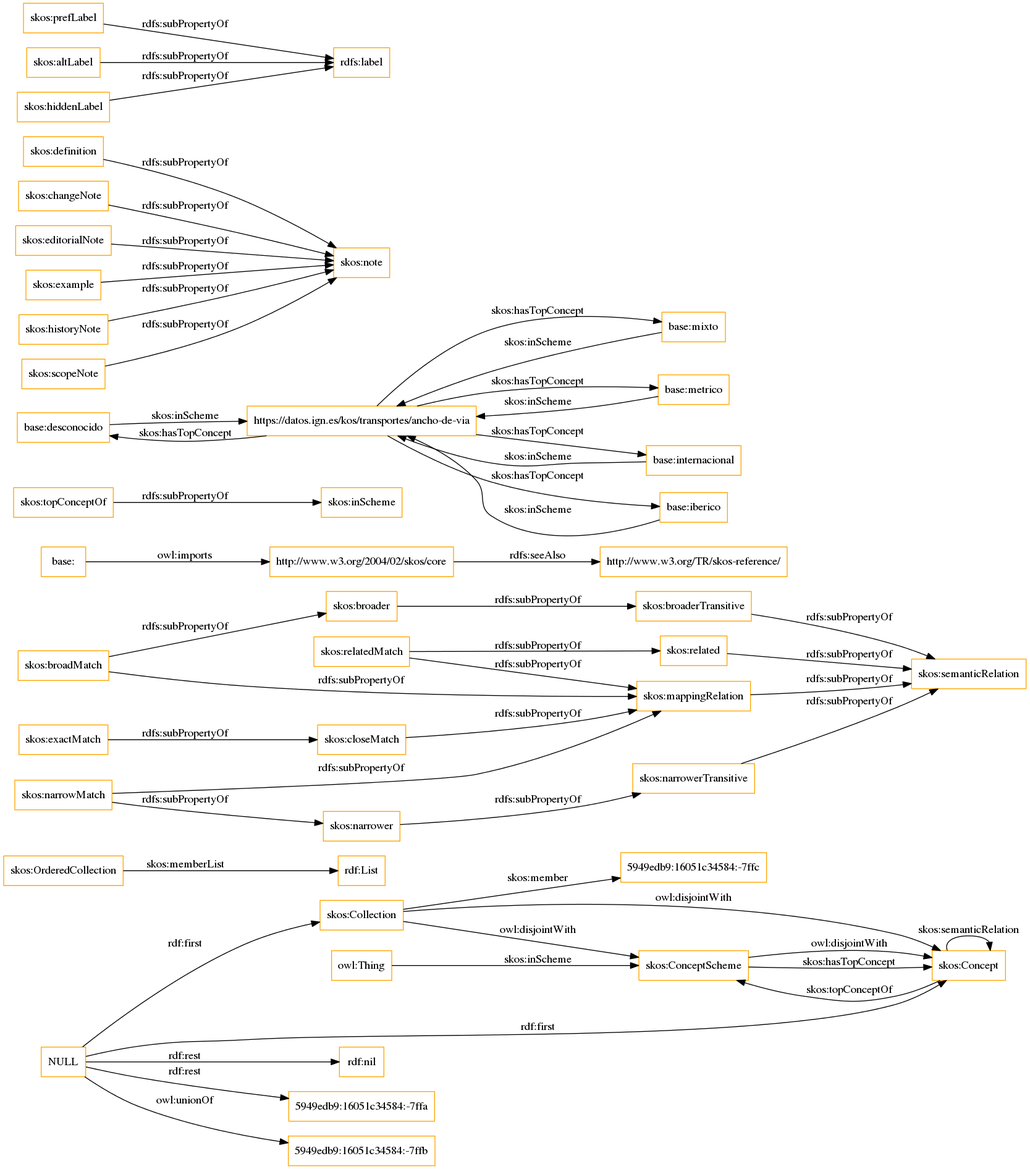
Above: OnToology/thesaurus/ancho-via.owl/diagrams/ar2dtool-class/ancho-via.owl.png in oeg-upm/ontology-BTN100 (Graphviz), before the change. Its source is kept beside it as OnToology/thesaurus/ancho-via.owl/diagrams/ar2dtool-class/ancho-via.owl.png.dot.
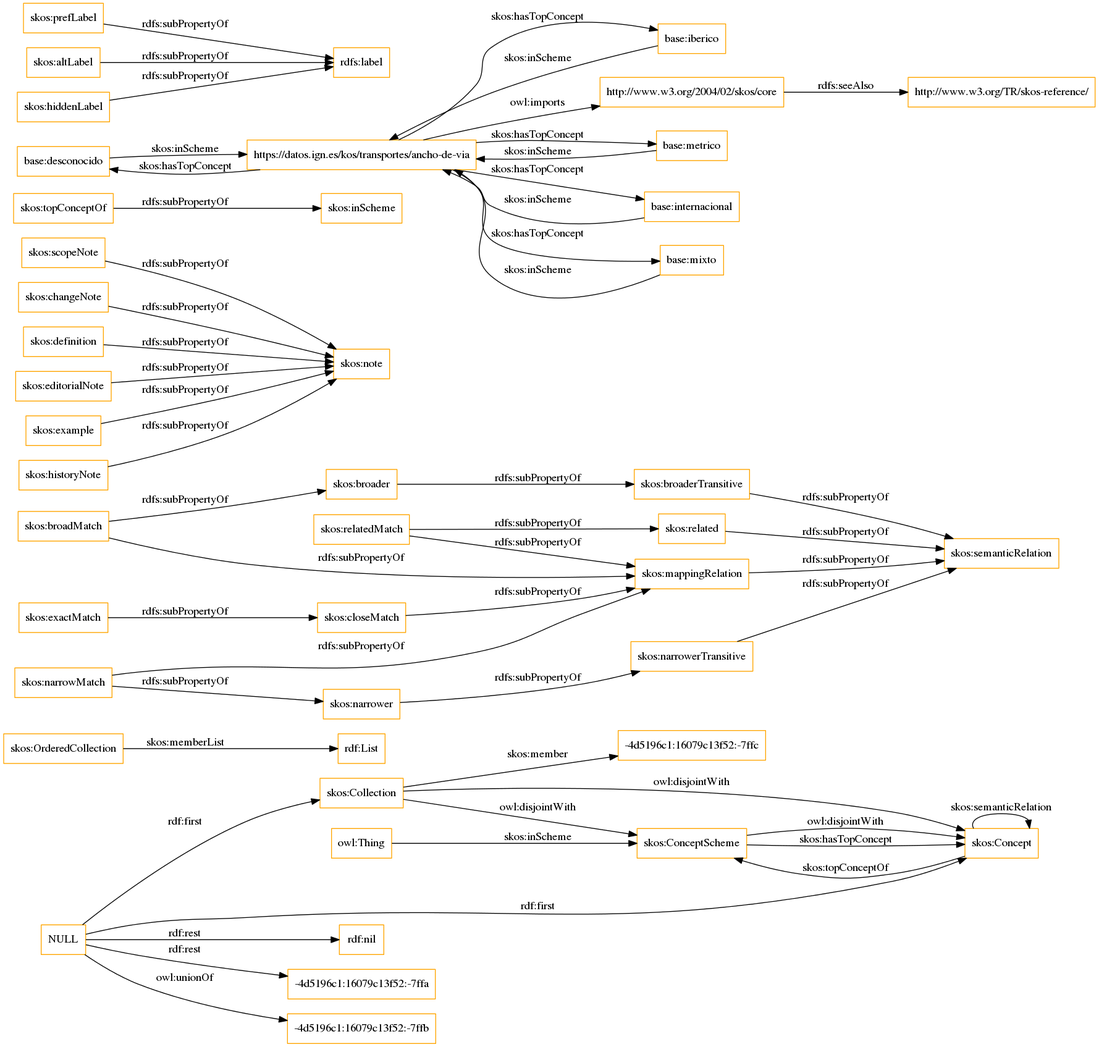
The same diagram one commit later.

Diff of the diagram source:
```diff
@@ -1,30 +1,26 @@
 digraph ar2dtool_diagram {
 rankdir=LR;
 size="1501"
-node [shape = rectangle, color="orange"]; "5949edb9:16051c34584:-7ffc" "skos:OrderedCollection" "skos:Collection" "skos:ConceptScheme" "skos:Concept" ; /*classes style*/
+node [shape = rectangle, color="orange"]; "-4d5196c1:16079c13f52:-7ffc" "skos:OrderedCollection" "skos:Collection" "skos:ConceptScheme" "skos:Concept" ; /*classes style*/
 	"skos:narrowerTransitive" -> "skos:semanticRelation" [ label = "rdfs:subPropertyOf" ];
-	"NULL" -> "rdf:nil" [ label = "rdf:rest" ];
-	"NULL" -> "skos:Collection" [ label = "rdf:first" ];
-	"NULL" -> "5949edb9:16051c34584:-7ffa" [ label = "rdf:rest" ];
-	"NULL" -> "skos:Concept" [ label = "rdf:first" ];
-	"NULL" -> "5949edb9:16051c34584:-7ffb" [ label = "owl:unionOf" ];
+	"skos:scopeNote" -> "skos:note" [ label = "rdfs:subPropertyOf" ];
 	"skos:closeMatch" -> "skos:mappingRelation" [ label = "rdfs:subPropertyOf" ];
-	"base:" -> "http://www.w3.org/2004/02/skos/core" [ label = "owl:imports" ];
-	"skos:topConceptOf" -> "skos:inScheme" [ label = "rdfs:subPropertyOf" ];
+	"skos:ConceptScheme" -> "skos:Concept" [ label = "owl:disjointWith" ];
+	"skos:broadMatch" -> "skos:broader" [ label = "rdfs:subPropertyOf" ];
+	"skos:broadMatch" -> "skos:mappingRelation" [ label = "rdfs:subPropertyOf" ];
 	"skos:relatedMatch" -> "skos:related" [ label = "rdfs:subPropertyOf" ];
 	"skos:relatedMatch" -> "skos:mappingRelation" [ label = "rdfs:subPropertyOf" ];
-	"skos:ConceptScheme" -> "skos:Concept" [ label = "owl:disjointWith" ];
+	"skos:topConceptOf" -> "skos:inScheme" [ label = "rdfs:subPropertyOf" ];
 	"skos:related" -> "skos:semanticRelation" [ label = "rdfs:subPropertyOf" ];
 	"base:desconocido" -> "https://datos.ign.es/kos/transportes/ancho-de-via" [ label = "skos:inScheme" ];
-	"skos:definition" -> "skos:note" [ label = "rdfs:subPropertyOf" ];
-	"https://datos.ign.es/kos/transportes/ancho-de-via" -> "base:mixto" [ label = "skos:hasTopConcept" ];
+	"https://datos.ign.es/kos/transportes/ancho-de-via" -> "base:iberico" [ label = "skos:hasTopConcept" ];
+	"https://datos.ign.es/kos/transportes/ancho-de-via" -> "http://www.w3.org/2004/02/skos/core" [ label = "owl:imports" ];
 	"https://datos.ign.es/kos/transportes/ancho-de-via" -> "base:metrico" [ label = "skos:hasTopConcept" ];
 	"https://datos.ign.es/kos/transportes/ancho-de-via" -> "base:internacional" [ label = "skos:hasTopConcept" ];
-	"https://datos.ign.es/kos/transportes/ancho-de-via" -> "base:iberico" [ label = "skos:hasTopConcept" ];
 	"https://datos.ign.es/kos/transportes/ancho-de-via" -> "base:desconocido" [ label = "skos:hasTopConcept" ];
+	"https://datos.ign.es/kos/transportes/ancho-de-via" -> "base:mixto" [ label = "skos:hasTopConcept" ];
 	"skos:changeNote" -> "skos:note" [ label = "rdfs:subPropertyOf" ];
-	"skos:broadMatch" -> "skos:broader" [ label = "rdfs:subPropertyOf" ];
-	"skos:broadMatch" -> "skos:mappingRelation" [ label = "rdfs:subPropertyOf" ];
+	"skos:definition" -> "skos:note" [ label = "rdfs:subPropertyOf" ];
 	"skos:editorialNote" -> "skos:note" [ label = "rdfs:subPropertyOf" ];
 	"skos:example" -> "skos:note" [ label = "rdfs:subPropertyOf" ];
 	"skos:historyNote" -> "skos:note" [ label = "rdfs:subPropertyOf" ];
@@ -33,9 +29,9 @@
 	"skos:altLabel" -> "rdfs:label" [ label = "rdfs:subPropertyOf" ];
 	"base:mixto" -> "https://datos.ign.es/kos/transportes/ancho-de-via" [ label = "skos:inScheme" ];
 	"skos:broaderTransitive" -> "skos:semanticRelation" [ label = "rdfs:subPropertyOf" ];
+	"base:internacional" -> "https://datos.ign.es/kos/transportes/ancho-de-via" [ label = "skos:inScheme" ];
+	"skos:broader" -> "skos:broaderTransitive" [ label = "rdfs:subPropertyOf" ];
 	"skos:mappingRelation" -> "skos:semanticRelation" [ label = "rdfs:subPropertyOf" ];
-	"skos:broader" -> "skos:broaderTransitive" [ label = "rdfs:subPropertyOf" ];
-	"base:internacional" -> "https://datos.ign.es/kos/transportes/ancho-de-via" [ label = "skos:inScheme" ];
 	"base:metrico" -> "https://datos.ign.es/kos/transportes/ancho-de-via" [ label = "skos:inScheme" ];
 	"base:iberico" -> "https://datos.ign.es/kos/transportes/ancho-de-via" [ label = "skos:inScheme" ];
 	"skos:hiddenLabel" -> "rdfs:label" [ label = "rdfs:subPropertyOf" ];
@@ -45,11 +41,15 @@
 	"skos:narrowMatch" -> "skos:narrower" [ label = "rdfs:subPropertyOf" ];
 	"skos:narrowMatch" -> "skos:mappingRelation" [ label = "rdfs:subPropertyOf" ];
 	"skos:narrower" -> "skos:narrowerTransitive" [ label = "rdfs:subPropertyOf" ];
-	"skos:scopeNote" -> "skos:note" [ label = "rdfs:subPropertyOf" ];
+	"NULL" -> "rdf:nil" [ label = "rdf:rest" ];
+	"NULL" -> "skos:Collection" [ label = "rdf:first" ];
+	"NULL" -> "-4d5196c1:16079c13f52:-7ffa" [ label = "rdf:rest" ];
+	"NULL" -> "skos:Concept" [ label = "rdf:first" ];
+	"NULL" -> "-4d5196c1:16079c13f52:-7ffb" [ label = "owl:unionOf" ];
 	"skos:OrderedCollection" -> "rdf:List" [ label = "skos:memberList" ];
 	"skos:Concept" -> "skos:ConceptScheme" [ label = "skos:topConceptOf" ];
 	"skos:Concept" -> "skos:Concept" [ label = "skos:semanticRelation" ];
-	"skos:Collection" -> "5949edb9:16051c34584:-7ffc" [ label = "skos:member" ];
+	"skos:Collection" -> "-4d5196c1:16079c13f52:-7ffc" [ label = "skos:member" ];
 	"skos:ConceptScheme" -> "skos:Concept" [ label = "skos:hasTopConcept" ];
 	"owl:Thing" -> "skos:ConceptScheme" [ label = "skos:inScheme" ];
 
```
